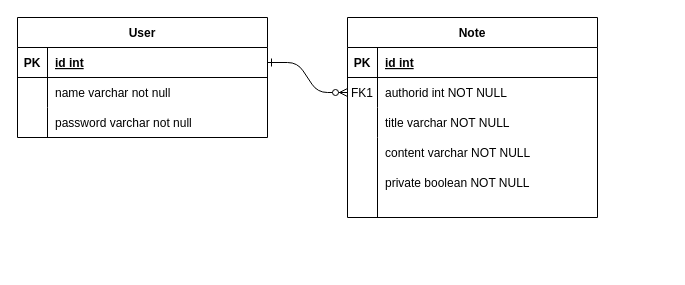
BranAndSceolan/SSE-Notes keeps this draw.io diagram as postgres/ERD.drawio. Above is the earlier version. Source tidied: cells renumbered, new cells numbered last; positions are measured from the earlier drawing's top-left corner, leaving out a move shared by most shapes. Both pictures are drawn from the tidied source at 100%, with x=0, y=0 at pixel (17, 17).
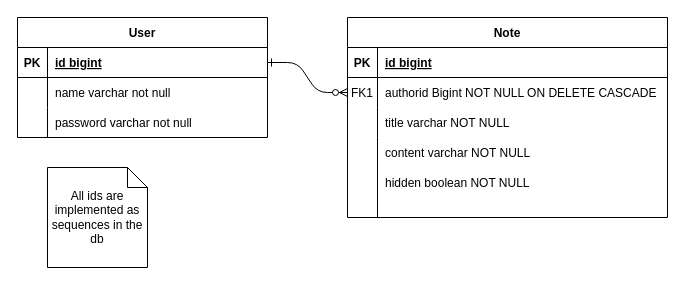
Above is the later version.

Unchanged cells that the change refers to:
```xml
<mxCell id="14" style="shape=partialRectangle;fillColor=none;points=[[0,0.5],[1,0.5]];portConstraint=eastwest;top=0;left=0;right=0;bottom=1;" parent="13" vertex="1">
  <mxGeometry y="30" width="250" height="30" as="geometry" />
</mxCell>
```

The edit, as a diff of the source:
```diff
@@
     <mxCell id="3" value="Note" style="shape=table;startSize=30;childLayout=tableLayout;rowLines=0;fontStyle=1;align=center;" parent="1" vertex="1">
-      <mxGeometry x="330" width="250" height="200" as="geometry" />
+      <mxGeometry x="330" width="320" height="200" as="geometry" />
     </mxCell>
     <mxCell id="4" style="shape=partialRectangle;fillColor=none;top=0;left=0;right=0;bottom=1;" parent="3" vertex="1">
-      <mxGeometry y="30" width="250" height="30" as="geometry" />
+      <mxGeometry y="30" width="320" height="30" as="geometry" />
     </mxCell>
@@
-    <mxCell id="6" value="id int " style="shape=partialRectangle;overflow=hidden;fillColor=none;top=0;left=0;bottom=0;right=0;align=left;spacingLeft=6;fontStyle=5;" parent="4" vertex="1">
-      <mxGeometry x="30" width="220" height="30" as="geometry" />
+    <mxCell id="6" value="id bigint" style="shape=partialRectangle;overflow=hidden;fillColor=none;top=0;left=0;bottom=0;right=0;align=left;spacingLeft=6;fontStyle=5;" parent="4" vertex="1">
+      <mxGeometry x="30" width="290" height="30" as="geometry" />
     </mxCell>
     <mxCell id="7" style="shape=partialRectangle;fillColor=none;points=[[0,0.5],[1,0.5]];portConstraint=eastwest;top=0;left=0;right=0;bottom=0;" parent="3" vertex="1">
-      <mxGeometry y="60" width="250" height="30" as="geometry" />
+      <mxGeometry y="60" width="320" height="30" as="geometry" />
     </mxCell>
@@
-    <mxCell id="9" value="authorid int NOT NULL" style="shape=partialRectangle;overflow=hidden;fillColor=none;top=0;left=0;bottom=0;right=0;align=left;spacingLeft=6;" parent="7" vertex="1">
-      <mxGeometry x="30" width="220" height="30" as="geometry" />
+    <mxCell id="9" value="authorid Bigint NOT NULL ON DELETE CASCADE" style="shape=partialRectangle;overflow=hidden;fillColor=none;top=0;left=0;bottom=0;right=0;align=left;spacingLeft=6;" parent="7" vertex="1">
+      <mxGeometry x="30" width="290" height="30" as="geometry" />
     </mxCell>
     <mxCell id="10" style="shape=partialRectangle;fillColor=none;top=0;left=0;right=0;bottom=0;" parent="3" vertex="1">
-      <mxGeometry y="90" width="250" height="30" as="geometry" />
+      <mxGeometry y="90" width="320" height="30" as="geometry" />
     </mxCell>
@@
     <mxCell id="12" value="title varchar NOT NULL" style="shape=partialRectangle;overflow=hidden;fillColor=none;top=0;left=0;bottom=0;right=0;align=left;spacingLeft=6;" parent="10" vertex="1">
-      <mxGeometry x="30" width="220" height="30" as="geometry" />
+      <mxGeometry x="30" width="290" height="30" as="geometry" />
     </mxCell>
@@
-    <mxCell id="16" value="id int" style="shape=partialRectangle;overflow=hidden;fillColor=none;top=0;left=0;bottom=0;right=0;align=left;spacingLeft=6;fontStyle=5;" parent="14" vertex="1">
+    <mxCell id="16" value="id bigint" style="shape=partialRectangle;overflow=hidden;fillColor=none;top=0;left=0;bottom=0;right=0;align=left;spacingLeft=6;fontStyle=5;" parent="14" vertex="1">
       <mxGeometry x="30" width="220" height="30" as="geometry" />
     </mxCell>
@@
-    <mxCell id="23" value="private boolean NOT NULL" style="shape=partialRectangle;overflow=hidden;fillColor=none;top=0;left=0;bottom=0;right=0;align=left;spacingLeft=6;" parent="1" vertex="1">
+    <mxCell id="23" value="hidden boolean NOT NULL" style="shape=partialRectangle;overflow=hidden;fillColor=none;top=0;left=0;bottom=0;right=0;align=left;spacingLeft=6;" parent="1" vertex="1">
       <mxGeometry x="360" y="150" width="220" height="30" as="geometry" />
     </mxCell>
@@
+    <mxCell id="25" value="All ids are implemented as sequences in the db" style="shape=note;size=20;whiteSpace=wrap;html=1;" parent="1" vertex="1">
+      <mxGeometry x="30" y="150" width="100" height="100" as="geometry" />
+    </mxCell>
```
